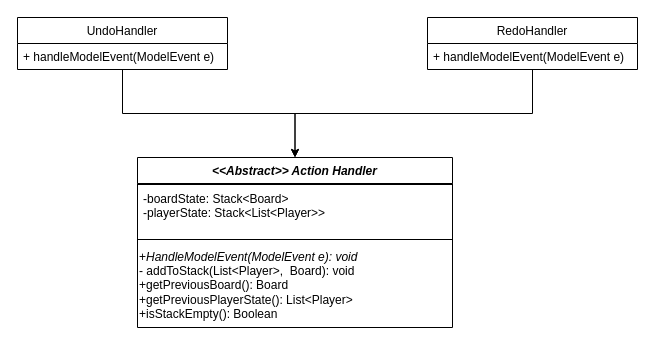
This is UML/ClassDiagrams/Model/ActionHandler.drawio from trk20/Scuffle, a draw.io file, before an edit. Source tidied: cells renumbered, new cells numbered last; positions are measured from the earlier drawing's top-left corner, leaving out a move shared by most shapes. Both pictures are drawn from the tidied source at 100%, with x=0, y=0 at pixel (17, 17).
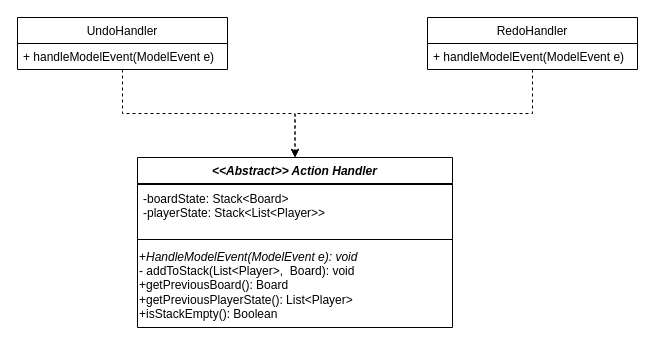
After the change.

Diff of the diagram source:
```diff
@@
 <mxGraphModel>
   <root>
     <mxCell id="0" />
     <mxCell id="1" parent="0" />
     <mxCell id="2" value="&lt;&lt;Abstract&gt;&gt; Action Handler" style="swimlane;fontStyle=3;align=center;verticalAlign=top;horizontal=1;startSize=26;" parent="1" vertex="1">
       <mxGeometry x="120" y="140" width="315" height="170" as="geometry" />
     </mxCell>
     <mxCell id="3" style="line;strokeWidth=1;fillColor=none;align=left;verticalAlign=middle;spacingTop=-1;spacingLeft=3;spacingRight=3;labelPosition=right;" parent="2" vertex="1">
       <mxGeometry y="26" width="315" height="2" as="geometry" />
     </mxCell>
     <mxCell id="4" value="-boardState: Stack&lt;Board&gt;&#10;-playerState: Stack&lt;List&lt;Player&gt;&gt;&#10;" style="text;strokeColor=none;fillColor=none;align=left;verticalAlign=top;spacingLeft=4;spacingRight=4;overflow=hidden;" parent="2" vertex="1">
       <mxGeometry y="28" width="315" height="50" as="geometry" />
     </mxCell>
     <mxCell id="5" style="line;strokeWidth=1;fillColor=none;align=left;verticalAlign=middle;spacingTop=-1;spacingLeft=3;spacingRight=3;labelPosition=right;" parent="2" vertex="1">
       <mxGeometry y="78" width="315" height="8" as="geometry" />
     </mxCell>
     <mxCell id="6" value="+&lt;i&gt;HandleModelEvent(ModelEvent e): void&lt;/i&gt;&lt;br&gt;- addToStack(List&amp;lt;Player&amp;gt;,&amp;nbsp; Board): void&lt;br&gt;+getPreviousBoard(): Board&lt;br&gt;+getPreviousPlayerState(): List&amp;lt;Player&amp;gt;&lt;br&gt;+isStackEmpty(): Boolean" style="text;html=1;strokeColor=none;fillColor=none;align=left;verticalAlign=middle;whiteSpace=wrap;rounded=0;" parent="2" vertex="1">
       <mxGeometry y="86" width="315" height="84" as="geometry" />
     </mxCell>
-    <mxCell id="7" style="edgeStyle=orthogonalEdgeStyle;rounded=0;jettySize=auto;html=1;entryX=0.5;entryY=0;entryDx=0;entryDy=0;" parent="1" edge="1" source="8" target="2">
+    <mxCell id="7" style="edgeStyle=orthogonalEdgeStyle;rounded=0;jettySize=auto;html=1;entryX=0.5;entryY=0;entryDx=0;entryDy=0;dashed=1;" parent="1" edge="1" source="8" target="2">
       <mxGeometry relative="1" as="geometry" />
     </mxCell>
     <mxCell id="8" value="UndoHandler" style="swimlane;fontStyle=0;horizontal=1;startSize=26;fillColor=none;" parent="1" vertex="1">
       <mxGeometry width="210" height="52" as="geometry" />
     </mxCell>
     <mxCell id="9" value="+ handleModelEvent(ModelEvent e)" style="text;strokeColor=none;fillColor=none;align=left;verticalAlign=top;spacingLeft=4;spacingRight=4;overflow=hidden;" parent="8" vertex="1">
       <mxGeometry y="26" width="210" height="26" as="geometry" />
     </mxCell>
-    <mxCell id="10" style="edgeStyle=orthogonalEdgeStyle;rounded=0;jettySize=auto;html=1;entryX=0.5;entryY=0;entryDx=0;entryDy=0;" parent="1" edge="1" source="11" target="2">
+    <mxCell id="10" style="edgeStyle=orthogonalEdgeStyle;rounded=0;jettySize=auto;html=1;entryX=0.5;entryY=0;entryDx=0;entryDy=0;dashed=1;" parent="1" edge="1" source="11" target="2">
       <mxGeometry relative="1" as="geometry" />
     </mxCell>
     <mxCell id="11" value="RedoHandler" style="swimlane;fontStyle=0;horizontal=1;startSize=26;fillColor=none;" parent="1" vertex="1">
       <mxGeometry x="410" width="210" height="52" as="geometry" />
     </mxCell>
     <mxCell id="12" value="+ handleModelEvent(ModelEvent e)" style="text;strokeColor=none;fillColor=none;align=left;verticalAlign=top;spacingLeft=4;spacingRight=4;overflow=hidden;" parent="11" vertex="1">
       <mxGeometry y="26" width="210" height="26" as="geometry" />
     </mxCell>
   </root>
 </mxGraphModel>
```
